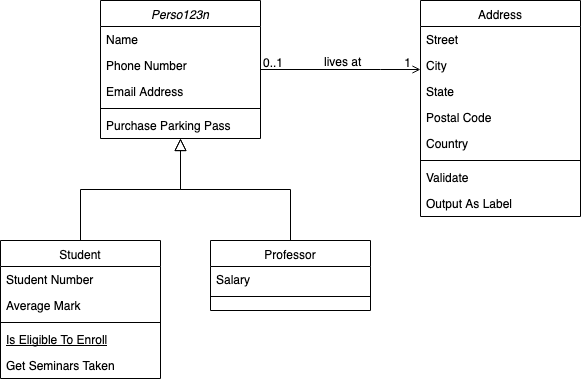
stevebrook/drawio-github keeps this draw.io diagram as diagram.png. Above is the earlier version. Source tidied: cells renumbered, new cells last; positions are measured from the earlier drawing's top-left corner, leaving out a move shared by most shapes. The source it was exported from:
```xml
<mxGraphModel background="#ffffff">
  <root>
    <mxCell id="0" />
    <mxCell id="1" parent="0" />
    <mxCell id="2" value="Perso123n" style="swimlane;fontStyle=2;align=center;verticalAlign=top;horizontal=1;startSize=26;swimlaneFillColor=#ffffff;rounded=0;shadow=0;strokeWidth=1;" parent="1" vertex="1">
      <mxGeometry x="100" width="160" height="138" as="geometry" />
    </mxCell>
    <mxCell id="3" value="Name" style="text;strokeColor=none;fillColor=none;align=left;verticalAlign=top;spacingLeft=4;spacingRight=4;overflow=hidden;" parent="2" vertex="1">
      <mxGeometry y="26" width="160" height="26" as="geometry" />
    </mxCell>
    <mxCell id="4" value="Phone Number" style="text;strokeColor=none;fillColor=none;align=left;verticalAlign=top;spacingLeft=4;spacingRight=4;overflow=hidden;rounded=0;shadow=0;html=0;" parent="2" vertex="1">
      <mxGeometry y="52" width="160" height="26" as="geometry" />
    </mxCell>
    <mxCell id="5" value="Email Address" style="text;strokeColor=none;fillColor=none;align=left;verticalAlign=top;spacingLeft=4;spacingRight=4;overflow=hidden;rounded=0;shadow=0;html=0;" parent="2" vertex="1">
      <mxGeometry y="78" width="160" height="26" as="geometry" />
    </mxCell>
    <mxCell id="6" style="line;html=1;strokeWidth=1;fillColor=none;align=left;verticalAlign=middle;spacingTop=-1;spacingLeft=3;spacingRight=3;labelPosition=right;" parent="2" vertex="1">
      <mxGeometry y="104" width="160" height="8" as="geometry" />
    </mxCell>
    <mxCell id="7" value="Purchase Parking Pass" style="text;strokeColor=none;fillColor=none;align=left;verticalAlign=top;spacingLeft=4;spacingRight=4;overflow=hidden;" parent="2" vertex="1">
      <mxGeometry y="112" width="160" height="26" as="geometry" />
    </mxCell>
    <mxCell id="8" value="Student" style="swimlane;fontStyle=0;align=center;verticalAlign=top;horizontal=1;startSize=26;swimlaneFillColor=#ffffff;rounded=0;shadow=0;strokeWidth=1;" parent="1" vertex="1">
      <mxGeometry y="240" width="160" height="138" as="geometry" />
    </mxCell>
    <mxCell id="9" value="Student Number" style="text;strokeColor=none;fillColor=none;align=left;verticalAlign=top;spacingLeft=4;spacingRight=4;overflow=hidden;" parent="8" vertex="1">
      <mxGeometry y="26" width="160" height="26" as="geometry" />
    </mxCell>
    <mxCell id="10" value="Average Mark" style="text;strokeColor=none;fillColor=none;align=left;verticalAlign=top;spacingLeft=4;spacingRight=4;overflow=hidden;rounded=0;shadow=0;html=0;" parent="8" vertex="1">
      <mxGeometry y="52" width="160" height="26" as="geometry" />
    </mxCell>
    <mxCell id="11" style="line;html=1;strokeWidth=1;fillColor=none;align=left;verticalAlign=middle;spacingTop=-1;spacingLeft=3;spacingRight=3;labelPosition=right;" parent="8" vertex="1">
      <mxGeometry y="78" width="160" height="8" as="geometry" />
    </mxCell>
    <mxCell id="12" value="Is Eligible To Enroll" style="text;strokeColor=none;fillColor=none;align=left;verticalAlign=top;spacingLeft=4;spacingRight=4;overflow=hidden;fontStyle=4;" parent="8" vertex="1">
      <mxGeometry y="86" width="160" height="26" as="geometry" />
    </mxCell>
    <mxCell id="13" value="Get Seminars Taken" style="text;strokeColor=none;fillColor=none;align=left;verticalAlign=top;spacingLeft=4;spacingRight=4;overflow=hidden;" parent="8" vertex="1">
      <mxGeometry y="112" width="160" height="26" as="geometry" />
    </mxCell>
    <mxCell id="14" style="endArrow=block;endSize=10;endFill=0;shadow=0;strokeWidth=1;edgeStyle=orthogonalEdgeStyle;rounded=0;" parent="1" edge="1" source="8" target="2">
      <mxGeometry relative="1" as="geometry">
        <Array as="points">
          <mxPoint x="80" y="189" />
          <mxPoint x="180" y="189" />
        </Array>
      </mxGeometry>
    </mxCell>
    <mxCell id="15" value="Professor" style="swimlane;fontStyle=0;align=center;verticalAlign=top;horizontal=1;startSize=26;swimlaneFillColor=#ffffff;rounded=0;shadow=0;strokeWidth=1;" parent="1" vertex="1">
      <mxGeometry x="210" y="240" width="160" height="70" as="geometry" />
    </mxCell>
    <mxCell id="16" value="Salary" style="text;strokeColor=none;fillColor=none;align=left;verticalAlign=top;spacingLeft=4;spacingRight=4;overflow=hidden;" parent="15" vertex="1">
      <mxGeometry y="26" width="160" height="26" as="geometry" />
    </mxCell>
    <mxCell id="17" style="line;html=1;strokeWidth=1;fillColor=none;align=left;verticalAlign=middle;spacingTop=-1;spacingLeft=3;spacingRight=3;labelPosition=right;" parent="15" vertex="1">
      <mxGeometry y="52" width="160" height="8" as="geometry" />
    </mxCell>
    <mxCell id="18" style="endArrow=block;endSize=10;endFill=0;shadow=0;strokeWidth=1;edgeStyle=orthogonalEdgeStyle;rounded=0;" parent="1" edge="1" source="15" target="2">
      <mxGeometry relative="1" as="geometry" />
    </mxCell>
    <mxCell id="19" value="Address" style="swimlane;fontStyle=0;align=center;verticalAlign=top;horizontal=1;startSize=26;swimlaneFillColor=#ffffff;rounded=0;shadow=0;strokeWidth=1;" parent="1" vertex="1">
      <mxGeometry x="420" width="160" height="216" as="geometry" />
    </mxCell>
    <mxCell id="20" value="Street" style="text;strokeColor=none;fillColor=none;align=left;verticalAlign=top;spacingLeft=4;spacingRight=4;overflow=hidden;" parent="19" vertex="1">
      <mxGeometry y="26" width="160" height="26" as="geometry" />
    </mxCell>
    <mxCell id="21" value="City" style="text;strokeColor=none;fillColor=none;align=left;verticalAlign=top;spacingLeft=4;spacingRight=4;overflow=hidden;rounded=0;shadow=0;html=0;" parent="19" vertex="1">
      <mxGeometry y="52" width="160" height="26" as="geometry" />
    </mxCell>
    <mxCell id="22" value="State" style="text;strokeColor=none;fillColor=none;align=left;verticalAlign=top;spacingLeft=4;spacingRight=4;overflow=hidden;rounded=0;shadow=0;html=0;" parent="19" vertex="1">
      <mxGeometry y="78" width="160" height="26" as="geometry" />
    </mxCell>
    <mxCell id="23" value="Postal Code" style="text;strokeColor=none;fillColor=none;align=left;verticalAlign=top;spacingLeft=4;spacingRight=4;overflow=hidden;rounded=0;shadow=0;html=0;" parent="19" vertex="1">
      <mxGeometry y="104" width="160" height="26" as="geometry" />
    </mxCell>
    <mxCell id="24" value="Country" style="text;strokeColor=none;fillColor=none;align=left;verticalAlign=top;spacingLeft=4;spacingRight=4;overflow=hidden;rounded=0;shadow=0;html=0;" parent="19" vertex="1">
      <mxGeometry y="130" width="160" height="26" as="geometry" />
    </mxCell>
    <mxCell id="25" style="line;html=1;strokeWidth=1;fillColor=none;align=left;verticalAlign=middle;spacingTop=-1;spacingLeft=3;spacingRight=3;labelPosition=right;" parent="19" vertex="1">
      <mxGeometry y="156" width="160" height="8" as="geometry" />
    </mxCell>
    <mxCell id="26" value="Validate" style="text;strokeColor=none;fillColor=none;align=left;verticalAlign=top;spacingLeft=4;spacingRight=4;overflow=hidden;" parent="19" vertex="1">
      <mxGeometry y="164" width="160" height="26" as="geometry" />
    </mxCell>
    <mxCell id="27" value="Output As Label" style="text;strokeColor=none;fillColor=none;align=left;verticalAlign=top;spacingLeft=4;spacingRight=4;overflow=hidden;" parent="19" vertex="1">
      <mxGeometry y="190" width="160" height="26" as="geometry" />
    </mxCell>
    <mxCell id="28" style="endArrow=open;edgeStyle=orthogonalEdgeStyle;shadow=0;strokeWidth=1;strokeColor=#000000;rounded=0;endFill=1;" parent="1" edge="1">
      <mxGeometry x="0.5" y="41" relative="1" as="geometry">
        <mxPoint x="260" y="69" as="sourcePoint" />
        <mxPoint x="420" y="69" as="targetPoint" />
        <Array as="points">
          <mxPoint x="380" y="69" />
          <mxPoint x="380" y="69" />
        </Array>
        <mxPoint x="-40" y="32" as="offset" />
      </mxGeometry>
    </mxCell>
    <mxCell id="29" value="0..1" style="align=left;verticalAlign=bottom;labelBackgroundColor=none;fontSize=12;" parent="28" vertex="1">
      <mxGeometry x="-1" relative="1" as="geometry">
        <mxPoint y="4" as="offset" />
      </mxGeometry>
    </mxCell>
    <mxCell id="30" value="1" style="align=right;verticalAlign=bottom;labelBackgroundColor=none;fontSize=12;" parent="28" vertex="1">
      <mxGeometry x="1" relative="1" as="geometry">
        <mxPoint x="-7" y="4" as="offset" />
      </mxGeometry>
    </mxCell>
    <mxCell id="31" value="lives at" style="text;html=1;align=center;verticalAlign=middle;labelBackgroundColor=none;rounded=0;shadow=0;strokeWidth=1;fontSize=12;" parent="28" vertex="1">
      <mxGeometry x="0.5" y="49" relative="1" as="geometry">
        <mxPoint x="-38" y="40" as="offset" />
      </mxGeometry>
    </mxCell>
  </root>
</mxGraphModel>
```
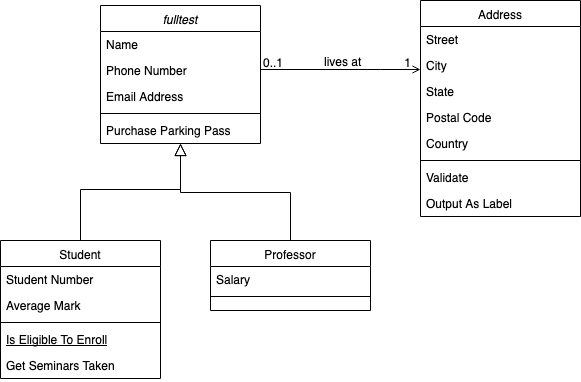
After the commit.

The edit, as a diff of the source:
```diff
@@ -2,8 +2,8 @@
   <root>
     <mxCell id="0" />
     <mxCell id="1" parent="0" />
-    <mxCell id="2" value="Perso123n" style="swimlane;fontStyle=2;align=center;verticalAlign=top;horizontal=1;startSize=26;swimlaneFillColor=#ffffff;rounded=0;shadow=0;strokeWidth=1;" parent="1" vertex="1">
-      <mxGeometry x="100" width="160" height="138" as="geometry" />
+    <mxCell id="2" value="fulltest" style="swimlane;fontStyle=2;align=center;verticalAlign=top;horizontal=1;startSize=26;swimlaneFillColor=#ffffff;rounded=0;shadow=0;strokeWidth=1;" parent="1" vertex="1">
+      <mxGeometry x="100" y="5" width="160" height="138" as="geometry" />
     </mxCell>
     <mxCell id="3" value="Name" style="text;strokeColor=none;fillColor=none;align=left;verticalAlign=top;spacingLeft=4;spacingRight=4;overflow=hidden;" parent="2" vertex="1">
       <mxGeometry y="26" width="160" height="26" as="geometry" />
```
